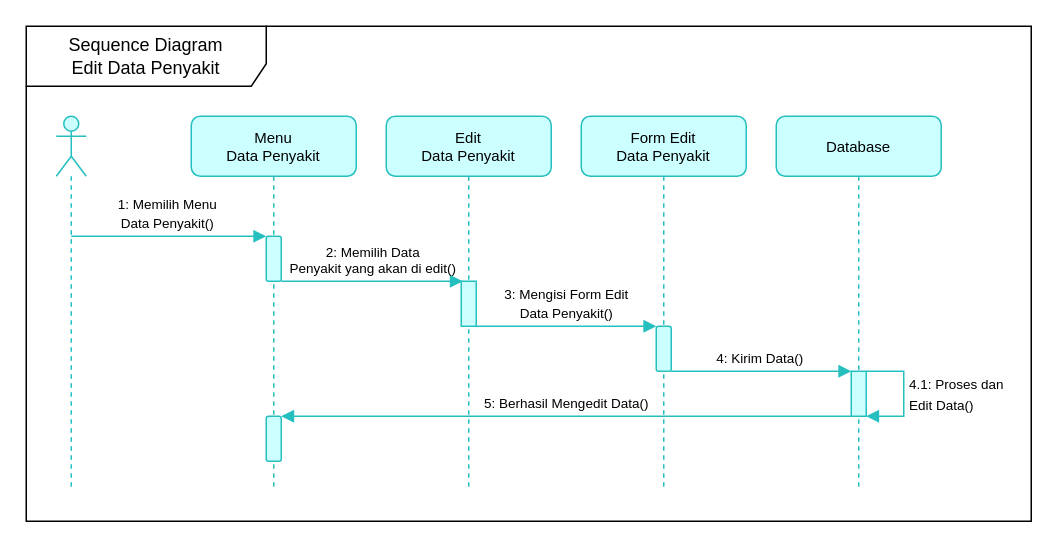
Before: page "Halaman-14" (14 of 27) of Diagram Tanpa Judul.drawio in RyanRamadhan11/drawio, a draw.io diagram. Source tidied: cells renumbered, new cells numbered last; positions are measured from the earlier drawing's top-left corner, leaving out a move shared by most shapes. Both pictures are drawn from the tidied source at 150%, with x=0, y=0 at pixel (26, 26).
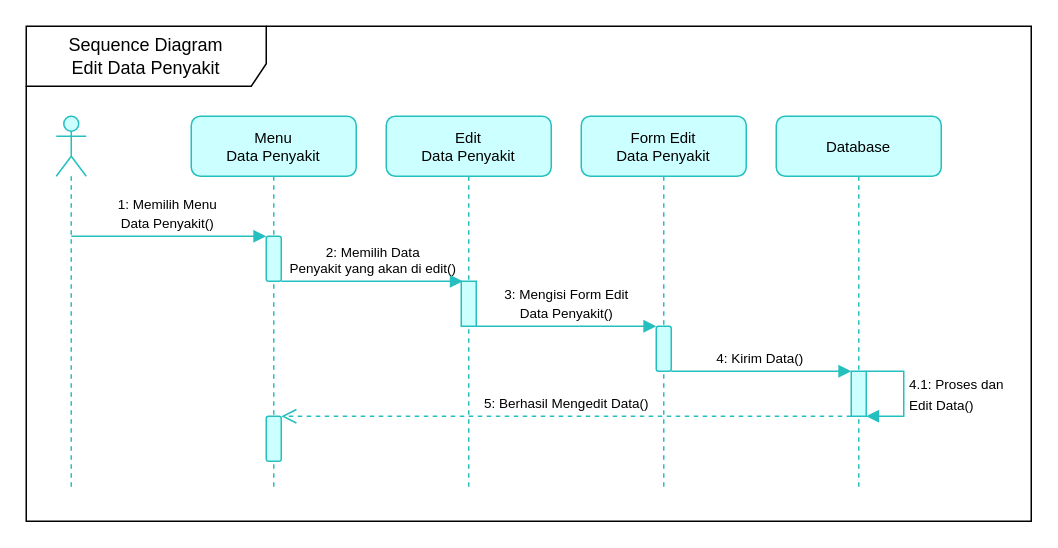
The same page after the edit.

Unchanged cells that the change refers to:
```xml
<mxCell id="6" style="html=1;points=[];perimeter=orthogonalPerimeter;outlineConnect=0;targetShapes=umlLifeline;portConstraint=eastwest;newEdgeStyle={&quot;edgeStyle&quot;:&quot;elbowEdgeStyle&quot;,&quot;elbow&quot;:&quot;vertical&quot;,&quot;curved&quot;:0,&quot;rounded&quot;:0};labelBackgroundColor=none;rounded=1;strokeColor=#26BFBF;fillColor=#CCFFFF;" parent="4" vertex="1">
  <mxGeometry x="50" y="200" width="10" height="30" as="geometry" />
</mxCell>
<mxCell id="12" style="html=1;points=[];perimeter=orthogonalPerimeter;outlineConnect=0;targetShapes=umlLifeline;portConstraint=eastwest;newEdgeStyle={&quot;edgeStyle&quot;:&quot;elbowEdgeStyle&quot;,&quot;elbow&quot;:&quot;vertical&quot;,&quot;curved&quot;:0,&quot;rounded&quot;:0};fillColor=#CCFFFF;strokeColor=#26BFBF;" parent="11" vertex="1">
  <mxGeometry x="50" y="170" width="10" height="30" as="geometry" />
</mxCell>
```

The edit, as a diff of the source:
```diff
@@
-    <mxCell id="18" value="&lt;div style=&quot;text-align: justify; font-size: 9px;&quot;&gt;&lt;span style=&quot;&quot;&gt;5: Berhasil Mengedit Data()&lt;/span&gt;&lt;/div&gt;" style="html=1;verticalAlign=bottom;endArrow=block;edgeStyle=elbowEdgeStyle;elbow=vertical;curved=0;rounded=1;labelBackgroundColor=none;fontColor=default;strokeColor=#26BFBF;exitX=0;exitY=1;exitDx=0;exitDy=0;exitPerimeter=0;" parent="1" edge="1" source="12" target="6">
+    <mxCell id="18" value="&lt;font style=&quot;font-size: 9px;&quot;&gt;5: Berhasil Mengedit Data()&lt;/font&gt;" style="html=1;verticalAlign=bottom;endArrow=open;dashed=1;endSize=8;edgeStyle=elbowEdgeStyle;elbow=vertical;curved=0;rounded=0;strokeColor=#26BFBF;" parent="1" edge="1">
       <mxGeometry relative="1" as="geometry">
-        <Array as="points">
-          <mxPoint x="500" y="260" />
-        </Array>
+        <mxPoint x="550" y="260" as="sourcePoint" />
+        <mxPoint x="170" y="260" as="targetPoint" />
       </mxGeometry>
     </mxCell>
```
